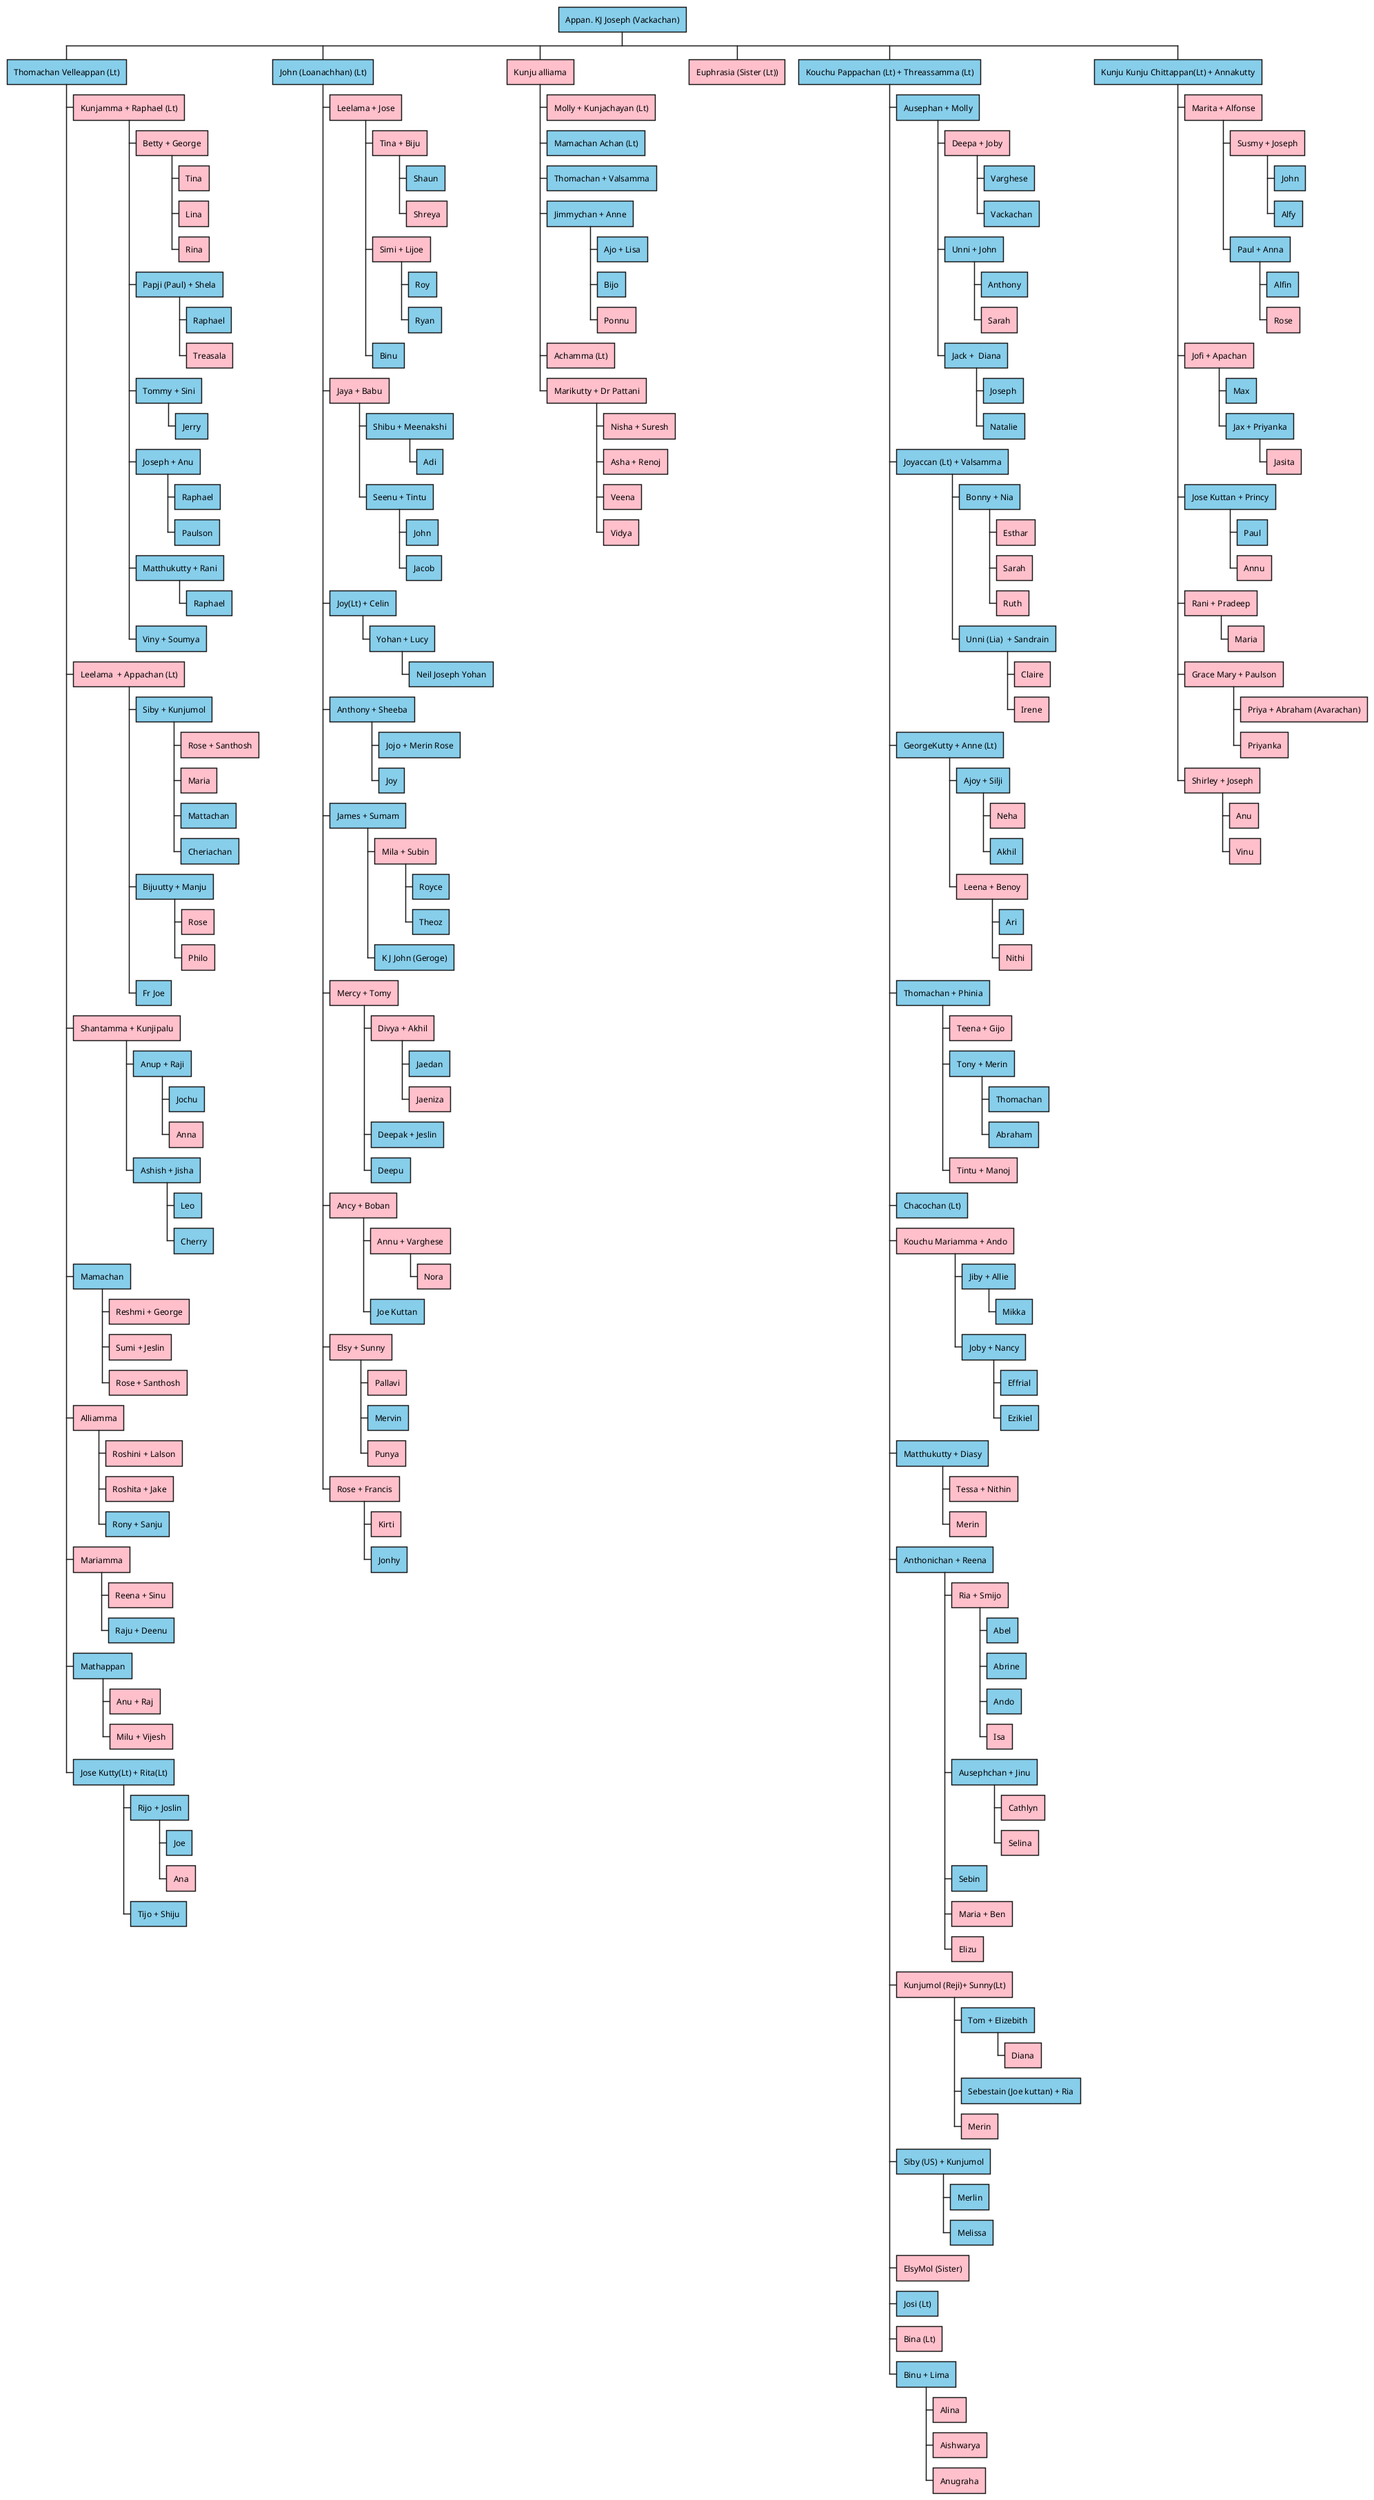
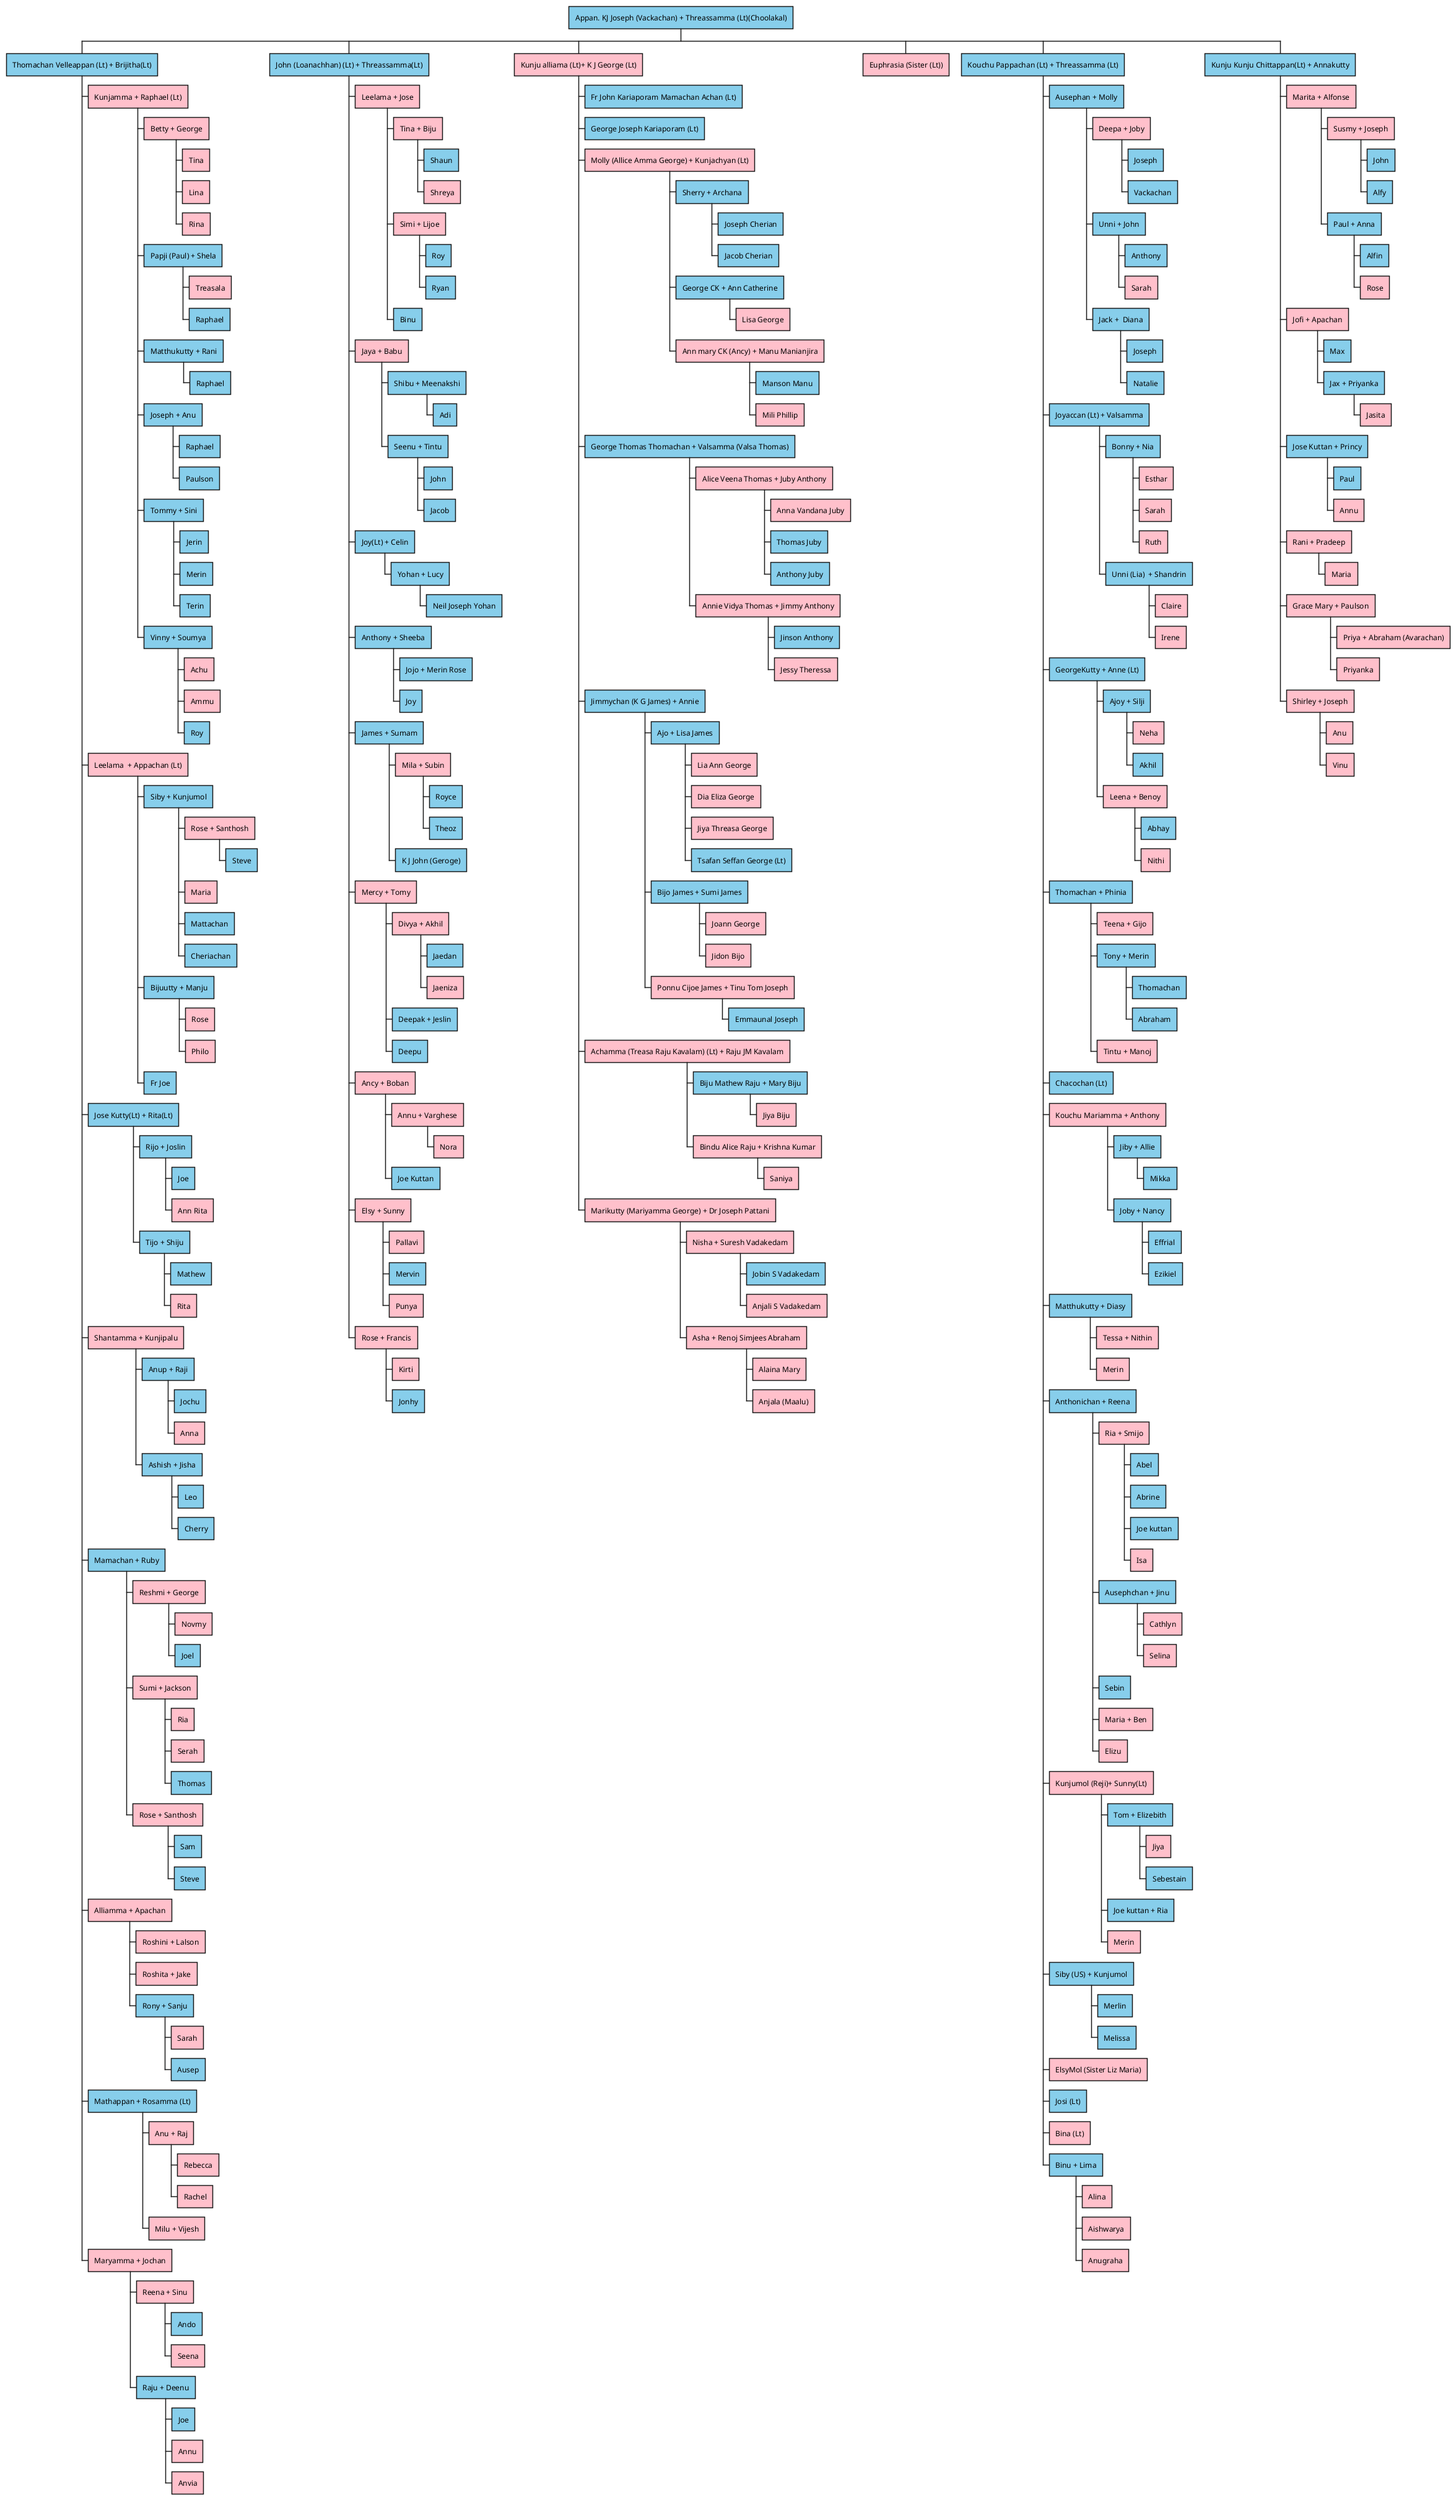
@startwbs
- *[#SkyBlue] Appan. KJ Joseph (Vackachan)
- 
- **[#SkyBlue] Thomachan Velleappan (Lt)
+ *[#SkyBlue] Appan. KJ Joseph (Vackachan) + Threassamma (Lt)(Choolakal)
+ 
+ **[#SkyBlue] Thomachan Velleappan (Lt) + Brijitha(Lt)
***[#pink] Kunjamma + Raphael (Lt)
****[#pink] Betty + George
*****[#pink] Tina
*****[#pink] Lina
*****[#pink] Rina
****[#SkyBlue] Papji (Paul) + Shela
+ *****[#pink] Treasala
*****[#SkyBlue] Raphael
- *****[#pink] Treasala
- ****[#SkyBlue] Tommy + Sini
- *****[#SkyBlue] Jerry
+ ****[#SkyBlue] Matthukutty + Rani
+ *****[#SkyBlue] Raphael
+ 
****[#SkyBlue] Joseph + Anu
*****[#SkyBlue] Raphael
*****[#SkyBlue] Paulson
- ****[#SkyBlue] Matthukutty + Rani
- *****[#SkyBlue] Raphael
- ****[#SkyBlue] Viny + Soumya
+ 
+ ****[#SkyBlue] Tommy + Sini
+ *****[#SkyBlue] Jerin
+ *****[#SkyBlue] Merin
+ *****[#SkyBlue] Terin
+ 
+ ****[#SkyBlue] Vinny + Soumya
+ *****[#pink] Achu
+ *****[#pink] Ammu
+ *****[#SkyBlue] Roy
+ 
***[#pink] Leelama  + Appachan (Lt)
****[#SkyBlue] Siby + Kunjumol
*****[#pink] Rose + Santhosh
+ ******[#Skyblue] Steve
*****[#pink] Maria
*****[#SkyBlue] Mattachan
*****[#SkyBlue] Cheriachan
****[#SkyBlue] Bijuutty + Manju
*****[#pink] Rose
*****[#pink] Philo
****[#SkyBlue] Fr Joe
+ 
+ ***[#SkyBlue] Jose Kutty(Lt) + Rita(Lt)
+ ****[#SkyBlue] Rijo + Joslin
+ *****[#SkyBlue] Joe
+ *****[#Pink] Ann Rita
+ ****[#SkyBlue] Tijo + Shiju
+ *****[#SkyBlue] Mathew
+ *****[#pink] Rita
+ 
***[#pink] Shantamma + Kunjipalu
****[#SkyBlue] Anup + Raji
*****[#SkyBlue] Jochu
*****[#pink] Anna
****[#SkyBlue] Ashish + Jisha
*****[#SkyBlue] Leo
*****[#SkyBlue] Cherry
- ***[#SkyBlue] Mamachan
+ ***[#SkyBlue] Mamachan + Ruby
****[#pink] Reshmi + George
- ****[#pink] Sumi + Jeslin
+ *****[#pink] Novmy
+ *****[#SkyBlue] Joel
+ ****[#pink] Sumi + Jackson
+ *****[#pink] Ria
+ *****[#pink] Serah
+ *****[#SkyBlue] Thomas
****[#pink] Rose + Santhosh
- ***[#pink] Alliamma
+ *****[#SkyBlue] Sam
+ *****[#SkyBlue] Steve
+ 
+ ***[#pink] Alliamma + Apachan
****[#pink] Roshini + Lalson
****[#pink] Roshita + Jake
****[#SkyBlue] Rony + Sanju
- ***[#pink] Mariamma
+ *****[#pink] Sarah
+ *****[#SkyBlue] Ausep
+ 
+ 
+ ***[#SkyBlue] Mathappan + Rosamma (Lt)
+ ****[#pink] Anu + Raj
+ *****[#pink] Rebecca
+ *****[#pink] Rachel
+ ****[#pink] Milu + Vijesh
+ 
+ 
+ ***[#pink] Maryamma + Jochan
****[#pink] Reena + Sinu
+ *****[#SkyBlue] Ando
+ *****[#pink] Seena
****[#SkyBlue] Raju + Deenu
- ***[#SkyBlue] Mathappan
- ****[#pink] Anu + Raj
- ****[#pink] Milu + Vijesh
- ***[#SkyBlue] Jose Kutty(Lt) + Rita(Lt)
- ****[#SkyBlue] Rijo + Joslin
*****[#SkyBlue] Joe
- *****[#Pink] Ana
- ****[#SkyBlue] Tijo + Shiju
- 
- **[#SkyBlue] John (Loanachhan) (Lt)
+ *****[#pink] Annu
+ *****[#pink] Anvia
+ 
+ 
+ 
+ 
+ **[#SkyBlue] John (Loanachhan) (Lt) + Threassamma(Lt)
***[#pink] Leelama + Jose
****[#pink] Tina + Biju
*****[#SkyBlue] Shaun
*****[#pink] Shreya
****[#pink] Simi + Lijoe
*****[#SkyBlue] Roy
*****[#SkyBlue] Ryan
****[#SkyBlue] Binu
***[#pink] Jaya + Babu
****[#SkyBlue] Shibu + Meenakshi
*****[#SkyBlue] Adi
****[#SkyBlue] Seenu + Tintu
*****[#SkyBlue] John
*****[#SkyBlue] Jacob
***[#SkyBlue] Joy(Lt) + Celin
****[#SkyBlue] Yohan + Lucy
*****[#SkyBlue] Neil Joseph Yohan
***[#SkyBlue] Anthony + Sheeba
****[#SkyBlue] Jojo + Merin Rose
****[#SkyBlue] Joy
***[#SkyBlue] James + Sumam
****[#pink] Mila + Subin
*****[#SkyBlue] Royce
*****[#SkyBlue] Theoz
****[#SkyBlue] K J John (Geroge)
***[#pink] Mercy + Tomy
****[#pink] Divya + Akhil
*****[#SkyBlue] Jaedan
*****[#pink] Jaeniza
****[#SkyBlue] Deepak + Jeslin
****[#SkyBlue] Deepu
***[#pink] Ancy + Boban
****[#pink] Annu + Varghese
*****[#pink] Nora
****[#SkyBlue] Joe Kuttan
***[#pink] Elsy + Sunny
****[#pink] Pallavi
****[#SkyBlue] Mervin
****[#pink] Punya
***[#pink] Rose + Francis
****[#pink] Kirti
****[#SkyBlue] Jonhy

- **[#pink] Kunju alliama
- ***[#pink] Molly + Kunjachayan (Lt)
- ***[#SkyBlue] Mamachan Achan (Lt)
- ***[#SkyBlue] Thomachan + Valsamma
- ***[#SkyBlue] Jimmychan + Anne
- ****[#SkyBlue] Ajo + Lisa
- ****[#SkyBlue] Bijo
- ****[#pink] Ponnu
- ***[#pink] Achamma (Lt)
- ***[#pink] Marikutty + Dr Pattani
- ****[#pink] Nisha + Suresh
- ****[#pink] Asha + Renoj
- ****[#pink] Veena
- ****[#pink] Vidya
+ **[#pink] Kunju alliama (Lt)+ K J George (Lt)
+ ***[#SkyBlue] Fr John Kariaporam Mamachan Achan (Lt)
+ 
+ ***[#SkyBlue] George Joseph Kariaporam (Lt)
+ 
+ ***[#pink] Molly (Allice Amma George) + Kunjachyan (Lt)
+ ****[#SkyBlue] Sherry + Archana
+ *****[#SkyBlue] Joseph Cherian
+ *****[#SkyBlue] Jacob Cherian
+ ****[#SkyBlue] George CK + Ann Catherine
+ *****[#pink] Lisa George
+ ****[#pink] Ann mary CK (Ancy) + Manu Manianjira
+ *****[#SkyBlue] Manson Manu
+ *****[#pink] Mili Phillip
+ 
+ 
+ ***[#SkyBlue] George Thomas Thomachan + Valsamma (Valsa Thomas)
+ ****[#pink] Alice Veena Thomas + Juby Anthony
+ *****[#pink] Anna Vandana Juby
+ *****[#SkyBlue] Thomas Juby
+ *****[#SkyBlue] Anthony Juby
+ ****[#pink] Annie Vidya Thomas + Jimmy Anthony
+ *****[#SkyBlue] Jinson Anthony
+ *****[#pink] Jessy Theressa
+ 
+ ***[#SkyBlue] Jimmychan (K G James) + Annie
+ ****[#SkyBlue] Ajo + Lisa James
+ *****[#pink] Lia Ann George
+ *****[#pink] Dia Eliza George
+ *****[#pink] Jiya Threasa George
+ *****[#SkyBlue] Tsafan Seffan George (Lt)
+ 
+ ****[#SkyBlue] Bijo James + Sumi James
+ *****[#pink] Joann George
+ *****[#pink] Jidon Bijo
+ ****[#pink] Ponnu Cijoe James + Tinu Tom Joseph
+ *****[#SkyBlue] Emmaunal Joseph
+ 
+ ***[#pink] Achamma (Treasa Raju Kavalam) (Lt) + Raju JM Kavalam
+ ****[#SkyBlue] Biju Mathew Raju + Mary Biju
+ *****[#pink] Jiya Biju
+ ****[#pink] Bindu Alice Raju + Krishna Kumar
+ *****[#pink] Saniya
+ ***[#pink] Marikutty (Mariyamma George) + Dr Joseph Pattani
+ ****[#pink] Nisha + Suresh Vadakedam
+ *****[#SkyBlue] Jobin S Vadakedam
+ *****[#pink] Anjali S Vadakedam
+ ****[#pink] Asha + Renoj Simjees Abraham
+ *****[#pink] Alaina Mary
+ *****[#pink] Anjala (Maalu)
+ 

**[#pink] Euphrasia (Sister (Lt))

**[#SkyBlue] Kouchu Pappachan (Lt) + Threassamma (Lt)
***[#SkyBlue] Ausephan + Molly
****[#pink] Deepa + Joby
- *****[#SkyBlue] Varghese
+ *****[#SkyBlue] Joseph
*****[#SkyBlue] Vackachan
****[#SkyBlue] Unni + John
*****[#SkyBlue] Anthony
*****[#pink] Sarah
****[#SkyBlue] Jack +  Diana
*****[#SkyBlue] Joseph
*****[#SkyBlue] Natalie
***[#SkyBlue] Joyaccan (Lt) + Valsamma
****[#SkyBlue] Bonny + Nia
*****[#pink] Esthar
*****[#pink] Sarah
*****[#pink] Ruth
- ****[#SkyBlue] Unni (Lia)  + Sandrain
+ ****[#SkyBlue] Unni (Lia)  + Shandrin
*****[#pink] Claire
*****[#pink] Irene
***[#SkyBlue] GeorgeKutty + Anne (Lt)
****[#SkyBlue] Ajoy + Silji
*****[#pink] Neha
*****[#SkyBlue] Akhil
****[#pink] Leena + Benoy
- *****[#SkyBlue] Ari
+ *****[#SkyBlue] Abhay
*****[#pink] Nithi
***[#SkyBlue] Thomachan + Phinia
****[#pink] Teena + Gijo
****[#SkyBlue] Tony + Merin
*****[#SkyBlue] Thomachan
*****[#SkyBlue] Abraham
****[#Pink] Tintu + Manoj


***[#SkyBlue] Chacochan (Lt)

- ***[#pink] Kouchu Mariamma + Ando
+ ***[#pink] Kouchu Mariamma + Anthony
****[#SkyBlue] Jiby + Allie
*****[#SkyBlue] Mikka


****[#SkyBlue] Joby + Nancy
*****[#SkyBlue] Effrial
*****[#SkyBlue] Ezikiel


***[#SkyBlue] Matthukutty + Diasy
****[#Pink] Tessa + Nithin
****[#Pink] Merin

***[#SkyBlue] Anthonichan + Reena
****[#pink] Ria + Smijo
*****[#SkyBlue] Abel
*****[#Skyblue] Abrine
- *****[#Skyblue] Ando
+ *****[#Skyblue] Joe kuttan
*****[#pink] Isa
****[#SkyBlue] Ausephchan + Jinu
*****[#pink] Cathlyn
*****[#pink] Selina
****[#SkyBlue] Sebin
****[#pink] Maria + Ben

****[#pink] Elizu

***[#pink] Kunjumol (Reji)+ Sunny(Lt)
****[#SkyBlue] Tom + Elizebith
- *****[#pink] Diana
- ****[#SkyBlue] Sebestain (Joe kuttan) + Ria
+ *****[#pink] Jiya
+ *****[#SkyBlue] Sebestain
+ ****[#SkyBlue] Joe kuttan + Ria
****[#pink] Merin

***[#SkyBlue] Siby (US) + Kunjumol
****[#SkyBlue] Merlin
****[#SkyBlue] Melissa

- ***[#pink] ElsyMol (Sister)
+ ***[#pink] ElsyMol (Sister Liz Maria)

***[#SkyBlue] Josi (Lt)
***[#pink] Bina (Lt)

***[#SkyBlue] Binu + Lima
****[#pink] Alina
****[#pink] Aishwarya
****[#pink] Anugraha


**[#SkyBlue] Kunju Kunju Chittappan(Lt) + Annakutty
***[#pink] Marita + Alfonse
****[#pink] Susmy + Joseph
*****[#SkyBlue] John
*****[#SkyBlue] Alfy
****[#SkyBlue] Paul + Anna
*****[#SkyBlue] Alfin
*****[#pink] Rose


***[#pink] Jofi + Apachan
****[#SkyBlue] Max
****[#SkyBlue] Jax + Priyanka
*****[#pink] Jasita

***[#SkyBlue] Jose Kuttan + Princy
****[#SkyBlue] Paul
****[#pink] Annu

***[#pink] Rani + Pradeep
****[#pink] Maria

***[#pink] Grace Mary + Paulson
****[#pink] Priya + Abraham (Avarachan)
****[#pink] Priyanka

***[#pink] Shirley + Joseph
****[#pink] Anu
****[#pink] Vinu
@endwbs